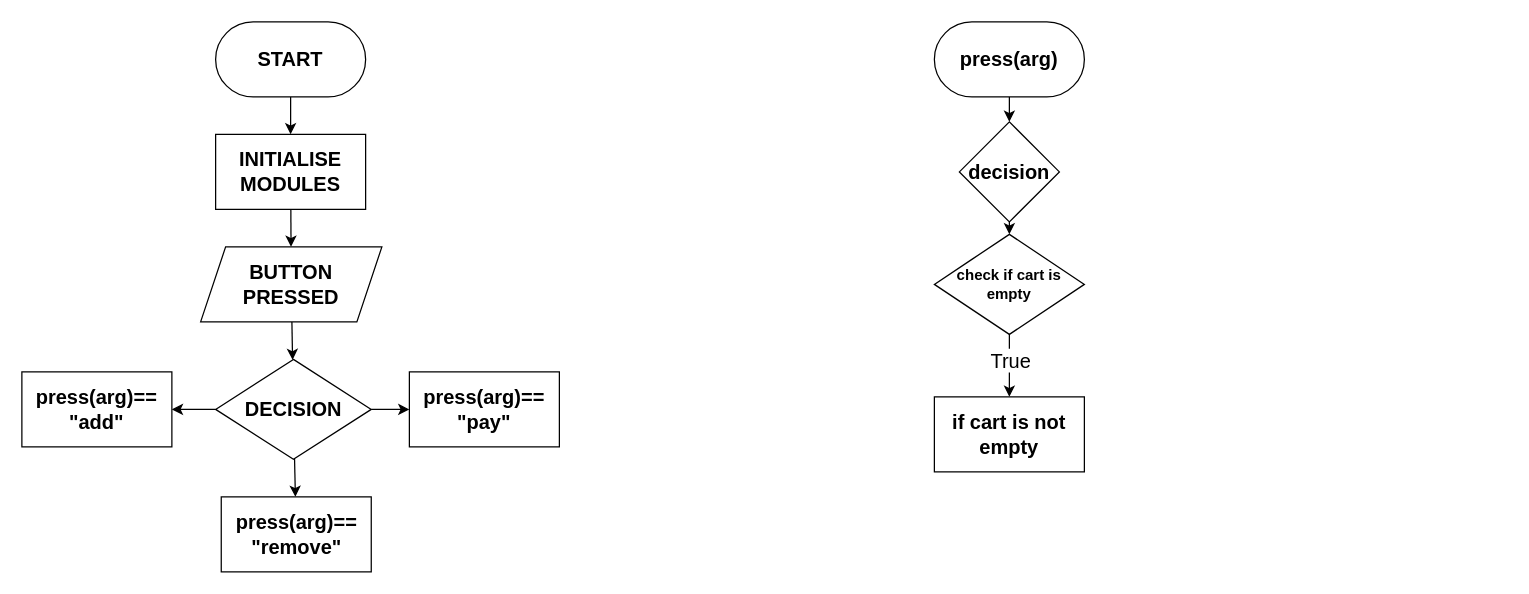
MAL-12DGT-2025/tkinter-projects-DynastyAstyn keeps this draw.io diagram as lemonadestand_flowchart.drawio. Above is the earlier version. Source tidied: cells renumbered, new cells numbered last; positions are measured from the earlier drawing's top-left corner, leaving out a move shared by most shapes. Both pictures are drawn from the tidied source at 125%, with x=0, y=0 at pixel (21, 21).
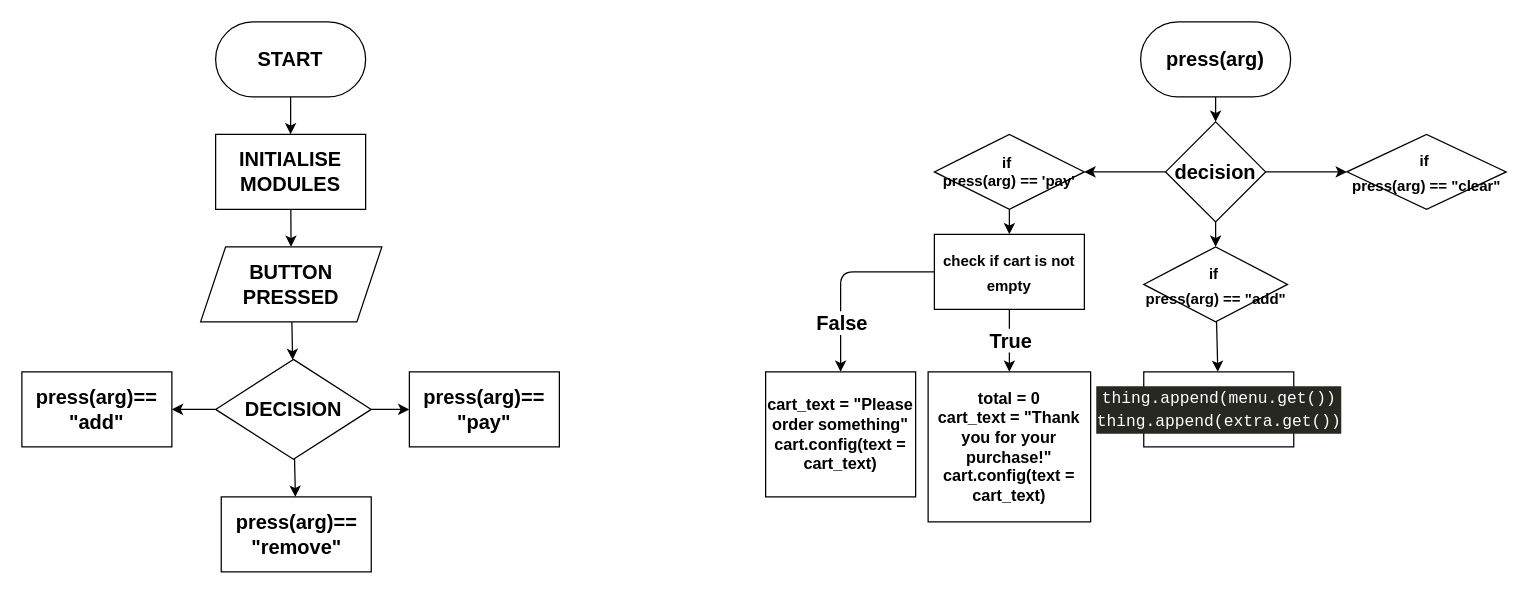
Above is the later version.

What changed in the source:
```diff
@@
     <mxCell id="16" value="press(arg)" style="rounded=1;whiteSpace=wrap;html=1;arcSize=50;strokeWidth=1;fontSize=16;fontStyle=1;" parent="1" vertex="1">
-      <mxGeometry x="730" width="120" height="60" as="geometry" />
+      <mxGeometry x="895" width="120" height="60" as="geometry" />
     </mxCell>
@@
+    <mxCell id="23" style="edgeStyle=none;html=1;" parent="1" edge="1" source="18" target="32">
+      <mxGeometry relative="1" as="geometry" />
+    </mxCell>
+    <mxCell id="24" style="edgeStyle=none;html=1;" parent="1" edge="1" source="18" target="31">
+      <mxGeometry relative="1" as="geometry" />
+    </mxCell>
     <mxCell id="18" value="decision" style="rhombus;whiteSpace=wrap;html=1;fontSize=16;rounded=1;arcSize=0;strokeWidth=1;fontStyle=1;" parent="1" vertex="1">
-      <mxGeometry x="750" y="80" width="80" height="80" as="geometry" />
+      <mxGeometry x="915" y="80" width="80" height="80" as="geometry" />
     </mxCell>
     <mxCell id="19" style="edgeStyle=none;html=1;" parent="1" edge="1" target="21">
       <mxGeometry relative="1" as="geometry">
-        <mxPoint x="790" y="240" as="sourcePoint" />
+        <mxPoint x="790" y="140" as="sourcePoint" />
       </mxGeometry>
     </mxCell>
+    <mxCell id="25" style="edgeStyle=none;html=1;" parent="1" edge="1" source="21" target="28">
+      <mxGeometry relative="1" as="geometry" />
+    </mxCell>
-    <mxCell id="20" value="True" style="edgeLabel;html=1;align=center;verticalAlign=middle;fontSize=16;" parent="19" vertex="1">
-      <mxGeometry x="-0.14" y="-11" relative="1" as="geometry">
-        <mxPoint x="11" y="4" as="offset" />
+    <mxCell id="20" value="True" style="edgeLabel;html=1;align=center;verticalAlign=middle;fontSize=16;fontStyle=1;" parent="25" vertex="1">
+      <mxGeometry x="-0.05" y="-2" relative="1" as="geometry">
+        <mxPoint x="2" as="offset" />
       </mxGeometry>
     </mxCell>
+    <mxCell id="26" style="edgeStyle=none;html=1;" parent="1" edge="1" source="21" target="29">
+      <mxGeometry relative="1" as="geometry">
+        <Array as="points">
+          <mxPoint x="655" y="200" />
+        </Array>
+      </mxGeometry>
+    </mxCell>
+    <mxCell id="27" value="False" style="edgeLabel;html=1;align=center;verticalAlign=middle;fontSize=16;fontStyle=1;" parent="26" vertex="1">
+      <mxGeometry x="0.32" y="3" relative="1" as="geometry">
+        <mxPoint x="-3" y="13" as="offset" />
+      </mxGeometry>
+    </mxCell>
-    <mxCell id="21" value="if cart is not empty" style="whiteSpace=wrap;html=1;fontSize=16;rounded=1;arcSize=0;strokeWidth=1;fontStyle=1;" parent="1" vertex="1">
-      <mxGeometry x="730" y="300" width="120" height="60" as="geometry" />
+    <mxCell id="21" value="&lt;span style=&quot;color: rgb(0, 0, 0); font-size: 12px;&quot;&gt;check if cart is not empty&lt;/span&gt;" style="whiteSpace=wrap;html=1;fontSize=16;rounded=1;arcSize=0;strokeWidth=1;fontStyle=1;" parent="1" vertex="1">
+      <mxGeometry x="730" y="170" width="120" height="60" as="geometry" />
     </mxCell>
-    <mxCell id="22" value="check if cart is empty" style="rhombus;whiteSpace=wrap;html=1;fontSize=12;rounded=1;arcSize=0;strokeWidth=1;fontStyle=1;labelBackgroundColor=none;" parent="1" vertex="1">
-      <mxGeometry x="730" y="170" width="120" height="80" as="geometry" />
+    <mxCell id="22" value="if&amp;nbsp;&lt;div&gt;&lt;span style=&quot;background-color: transparent;&quot;&gt;press(arg) == 'pay'&lt;/span&gt;&lt;/div&gt;" style="rhombus;whiteSpace=wrap;html=1;fontSize=12;rounded=1;arcSize=0;strokeWidth=1;fontStyle=1;labelBackgroundColor=none;" parent="1" vertex="1">
+      <mxGeometry x="730" y="90" width="120" height="60" as="geometry" />
     </mxCell>
+    <mxCell id="28" value="&lt;span&gt;total = 0&lt;/span&gt;&lt;div&gt;&lt;span&gt;cart_text = &quot;Thank you for your purchase!&quot;&lt;/span&gt;&lt;/div&gt;&lt;div&gt;&lt;span&gt;cart.config(text =&lt;/span&gt;&lt;/div&gt;&lt;div&gt;&lt;span&gt;cart_text)&lt;/span&gt;&lt;/div&gt;" style="whiteSpace=wrap;html=1;fontSize=13;rounded=1;arcSize=0;strokeWidth=1;fontStyle=1;" parent="1" vertex="1">
+      <mxGeometry x="725" y="280" width="130" height="120" as="geometry" />
+    </mxCell>
+    <mxCell id="29" value="&lt;span style=&quot;color: rgb(0, 0, 0);&quot;&gt;cart_text = &quot;Please order something&quot;&lt;/span&gt;&lt;div&gt;&lt;span style=&quot;color: rgb(0, 0, 0);&quot;&gt;cart.config(text = cart_text)&lt;/span&gt;&lt;/div&gt;" style="whiteSpace=wrap;html=1;fontSize=13;rounded=1;arcSize=0;strokeWidth=1;fontStyle=1;" parent="1" vertex="1">
+      <mxGeometry x="595" y="280" width="120" height="100" as="geometry" />
+    </mxCell>
+    <mxCell id="30" style="edgeStyle=none;html=1;" parent="1" edge="1" source="31" target="33">
+      <mxGeometry relative="1" as="geometry" />
+    </mxCell>
+    <mxCell id="31" value="&lt;font style=&quot;font-size: 12px;&quot;&gt;if&amp;nbsp;&lt;/font&gt;&lt;div&gt;&lt;font style=&quot;font-size: 12px;&quot;&gt;press(arg) == &quot;add&quot;&lt;/font&gt;&lt;/div&gt;" style="rhombus;whiteSpace=wrap;html=1;fontSize=16;rounded=1;arcSize=0;strokeWidth=1;fontStyle=1;" parent="1" vertex="1">
+      <mxGeometry x="897.5" y="180" width="115" height="60" as="geometry" />
+    </mxCell>
+    <mxCell id="32" value="&lt;font style=&quot;color: rgb(0, 0, 0); font-size: 12px;&quot;&gt;if&amp;nbsp;&lt;/font&gt;&lt;div style=&quot;color: rgb(0, 0, 0);&quot;&gt;&lt;font style=&quot;font-size: 12px;&quot;&gt;press(arg) == &quot;clear&quot;&lt;/font&gt;&lt;/div&gt;" style="rhombus;whiteSpace=wrap;html=1;fontSize=16;rounded=1;arcSize=0;strokeWidth=1;fontStyle=1;" parent="1" vertex="1">
+      <mxGeometry x="1060" y="90" width="127.5" height="60" as="geometry" />
+    </mxCell>
+    <mxCell id="33" value="&lt;div style=&quot;background-color: rgb(39, 40, 34); font-family: Consolas, &amp;quot;Courier New&amp;quot;, monospace; font-weight: normal; line-height: 19px; white-space: pre;&quot;&gt;&lt;font style=&quot;font-size: 13px; color: rgb(255, 255, 255);&quot;&gt;&lt;span style=&quot;color: rgb(255, 255, 255);&quot;&gt;thing.append(menu.get())&lt;/span&gt;&lt;br&gt;&lt;/font&gt;&lt;/div&gt;&lt;div style=&quot;background-color: rgb(39, 40, 34); font-family: Consolas, &amp;quot;Courier New&amp;quot;, monospace; font-weight: normal; line-height: 19px; white-space: pre;&quot;&gt;&lt;font style=&quot;font-size: 13px; color: rgb(255, 255, 255);&quot;&gt;thing.append(extra.get())&lt;/font&gt;&lt;/div&gt;" style="whiteSpace=wrap;html=1;fontSize=16;rounded=1;arcSize=0;strokeWidth=1;fontStyle=1;" parent="1" vertex="1">
+      <mxGeometry x="897.5" y="280" width="120" height="60" as="geometry" />
+    </mxCell>
```
